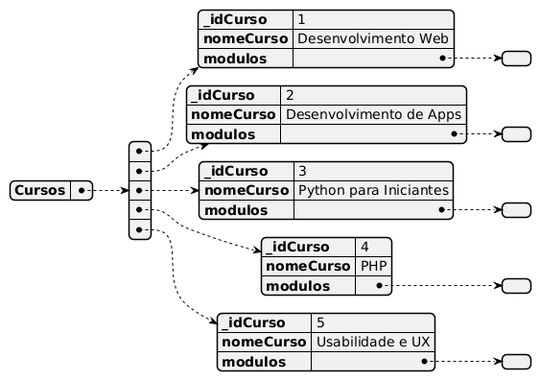
Earlier version of the PlantUML export Diagramas PNG/plantUmlCursos.png (SoftSolutionsProject/softsolutions-banco-nosql).
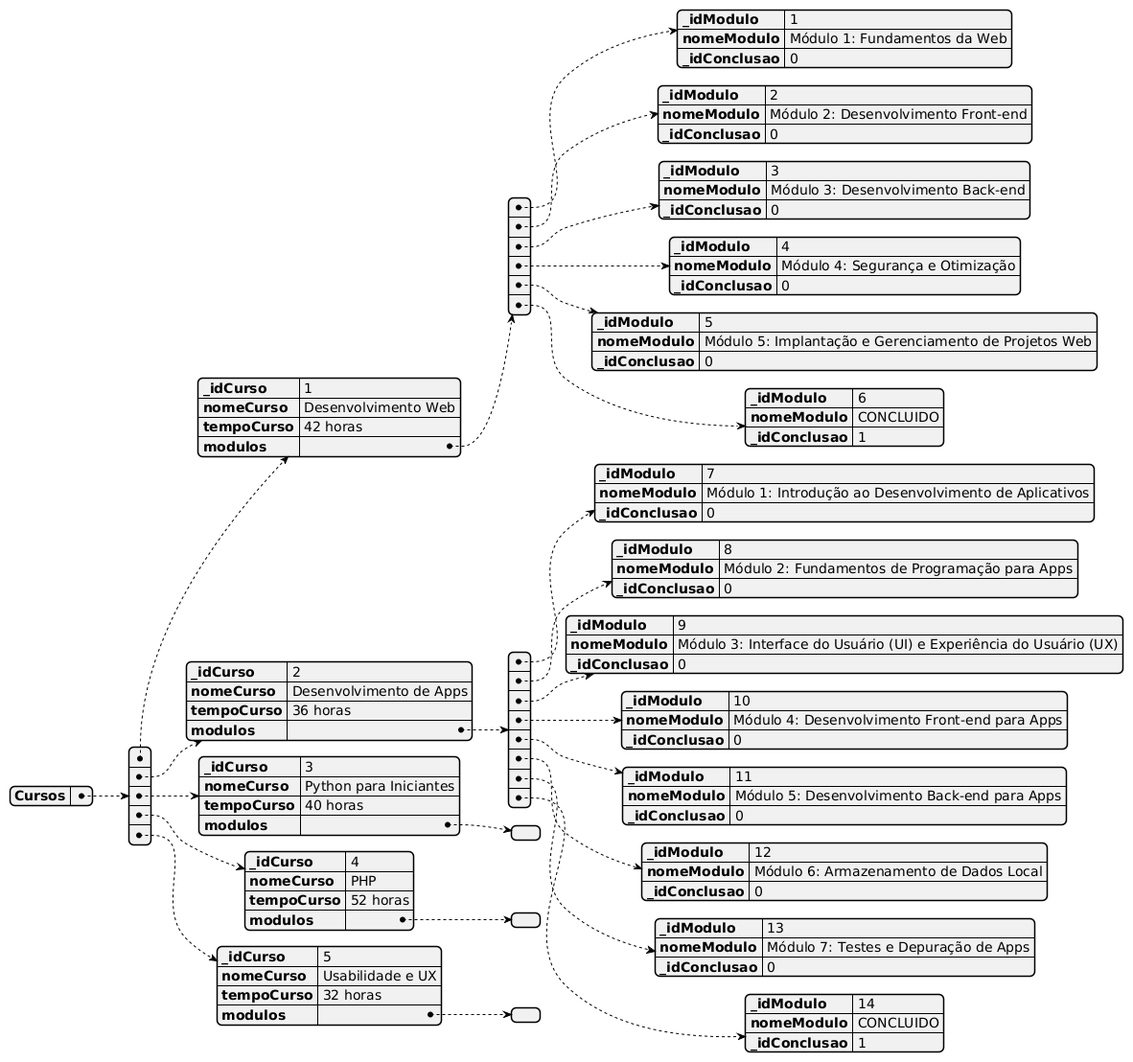
The same file after the commit.

What changed in the source:
```diff
@@ -1,36 +1,109 @@
 @startjson
-
-  {
-
-"Cursos":[
-
-   {
+{
+  "Cursos": [
+    {
       "_idCurso": 1,
       "nomeCurso": "Desenvolvimento Web",
-      "modulos": []
+      "tempoCurso": "42 horas",
+      "modulos": [
+        {
+          "_idModulo": 1,
+          "nomeModulo": "Módulo 1: Fundamentos da Web",
+          "_idConclusao": 0
+        },
+        {
+          "_idModulo": 2,
+          "nomeModulo": "Módulo 2: Desenvolvimento Front-end",
+          "_idConclusao": 0
+        },
+        {
+          "_idModulo": 3,
+          "nomeModulo": "Módulo 3: Desenvolvimento Back-end",
+          "_idConclusao": 0
+        },
+        {
+          "_idModulo": 4,
+          "nomeModulo": "Módulo 4: Segurança e Otimização",
+          "_idConclusao": 0
+        },
+        {
+          "_idModulo": 5,
+          "nomeModulo": "Módulo 5: Implantação e Gerenciamento de Projetos Web",
+          "_idConclusao": 0
+        },
+        {
+          "_idModulo": 6,
+          "nomeModulo": "CONCLUIDO",
+          "_idConclusao": 1
+        }
+      ]
     },
     {
       "_idCurso": 2,
       "nomeCurso": "Desenvolvimento de Apps",
-      "modulos": []
+      "tempoCurso": "36 horas",
+      "modulos": [
+      {
+        "_idModulo": 7,
+        "nomeModulo": "Módulo 1: Introdução ao Desenvolvimento de Aplicativos",
+        "_idConclusao": 0
+      },
+      {
+        "_idModulo": 8,
+        "nomeModulo": "Módulo 2: Fundamentos de Programação para Apps",
+        "_idConclusao": 0
+      },
+      {
+        "_idModulo": 9,
+        "nomeModulo": "Módulo 3: Interface do Usuário (UI) e Experiência do Usuário (UX)",
+        "_idConclusao": 0
+      },
+      {
+        "_idModulo": 10,
+        "nomeModulo": "Módulo 4: Desenvolvimento Front-end para Apps",
+        "_idConclusao": 0
+      },
+      {
+        "_idModulo": 11,
+        "nomeModulo": "Módulo 5: Desenvolvimento Back-end para Apps",
+        "_idConclusao": 0
+      },
+      {
+        "_idModulo": 12,
+        "nomeModulo": "Módulo 6: Armazenamento de Dados Local",
+        "_idConclusao": 0
+      },
+      {
+        "_idModulo": 13,
+        "nomeModulo": "Módulo 7: Testes e Depuração de Apps",
+        "_idConclusao": 0
+      },
+      {
+        "_idModulo": 14,
+        "nomeModulo": "CONCLUIDO",
+        "_idConclusao": 1
+      }
+    ]
     },
     {
       "_idCurso": 3,
       "nomeCurso": "Python para Iniciantes",
+      "tempoCurso": "40 horas",
       "modulos": []
     },
     {
       "_idCurso": 4,
       "nomeCurso": "PHP",
+      "tempoCurso": "52 horas",
       "modulos": []
     },
     {
       "_idCurso": 5,
       "nomeCurso": "Usabilidade e UX",
+      "tempoCurso": "32 horas",
       "modulos": []
     }
-]}
+]
 
-
-
+}
 @endjson
```
